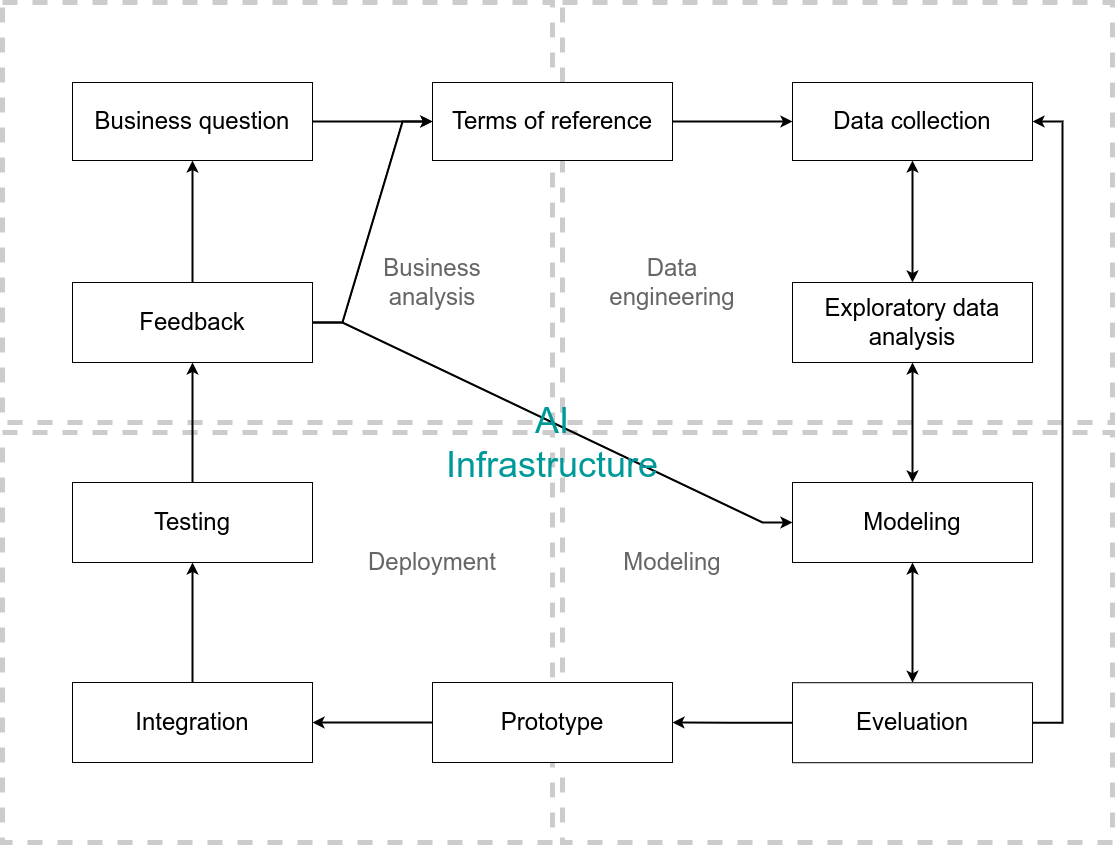
This is diagrams/ai_project_development_life_cycle.drawio.png from ryndovaira-org/data_science_lectures, a draw.io export, as it was before one commit. Source tidied: cells renumbered, new cells last; positions are measured from the earlier drawing's top-left corner, leaving out a move shared by most shapes.
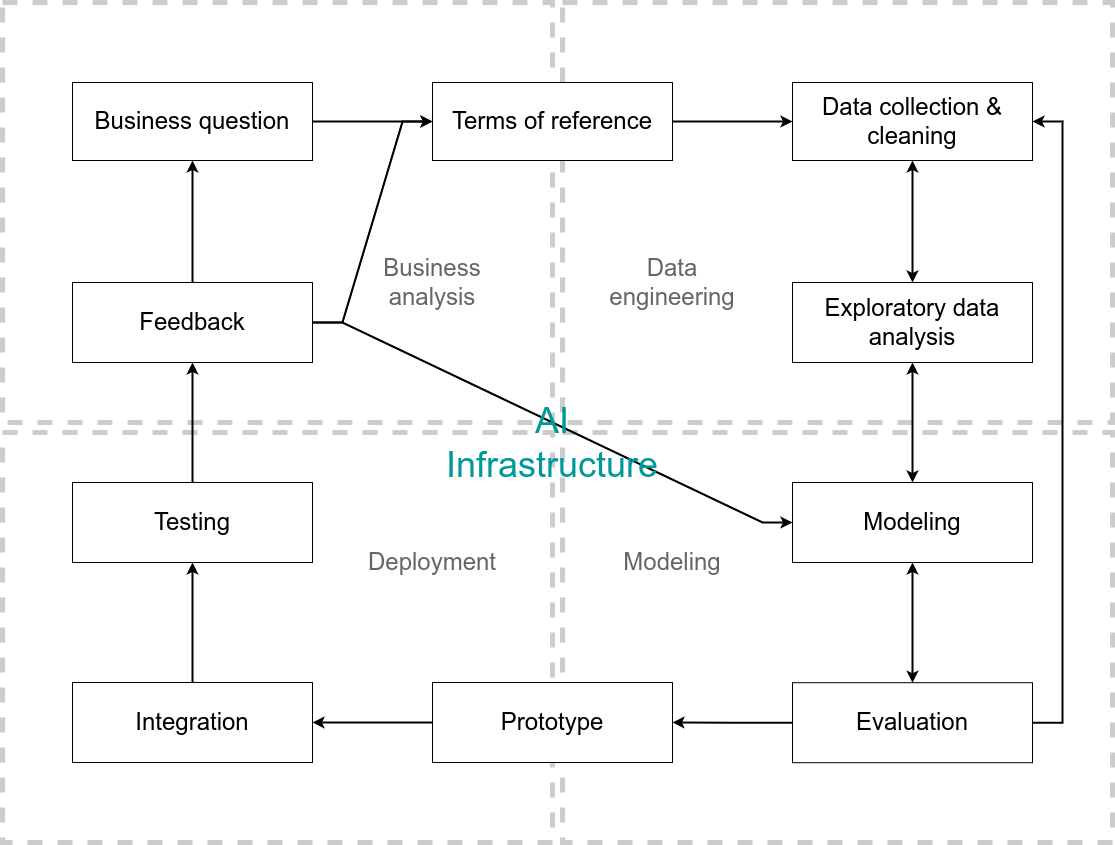
After the commit.

What changed in the source:
```diff
@@ -50,13 +50,13 @@
     <mxCell id="17" style="rounded=0;jettySize=auto;html=1;fontFamily=Helvetica;fontSize=12;fontColor=default;edgeStyle=entityRelationEdgeStyle;strokeWidth=2;" parent="1" edge="1" source="13" target="15">
       <mxGeometry relative="1" as="geometry" />
     </mxCell>
-    <mxCell id="18" value="&lt;font style=&quot;font-size: 24px;&quot;&gt;Data collection&lt;/font&gt;" style="rounded=0;whiteSpace=wrap;html=1;" parent="1" vertex="1">
+    <mxCell id="18" value="&lt;font style=&quot;font-size: 24px;&quot;&gt;Data collection &amp;amp; cleaning&lt;/font&gt;" style="rounded=0;whiteSpace=wrap;html=1;" parent="1" vertex="1">
       <mxGeometry x="790" y="80" width="240" height="78" as="geometry" />
     </mxCell>
     <mxCell id="19" value="&lt;font style=&quot;font-size: 24px;&quot;&gt;Exploratory data analysis&lt;/font&gt;" style="rounded=0;whiteSpace=wrap;html=1;" parent="1" vertex="1">
       <mxGeometry x="790" y="280" width="240" height="80" as="geometry" />
     </mxCell>
-    <mxCell id="20" value="&lt;font style=&quot;font-size: 24px;&quot;&gt;Eveluation&lt;/font&gt;" style="rounded=0;whiteSpace=wrap;html=1;" parent="1" vertex="1">
+    <mxCell id="20" value="&lt;font style=&quot;font-size: 24px;&quot;&gt;Evaluation&lt;/font&gt;" style="rounded=0;whiteSpace=wrap;html=1;" parent="1" vertex="1">
       <mxGeometry x="790" y="680.2" width="240" height="80" as="geometry" />
     </mxCell>
     <mxCell id="21" value="&lt;font style=&quot;font-size: 24px;&quot;&gt;Modeling&lt;/font&gt;" style="rounded=0;whiteSpace=wrap;html=1;" parent="1" vertex="1">
```
